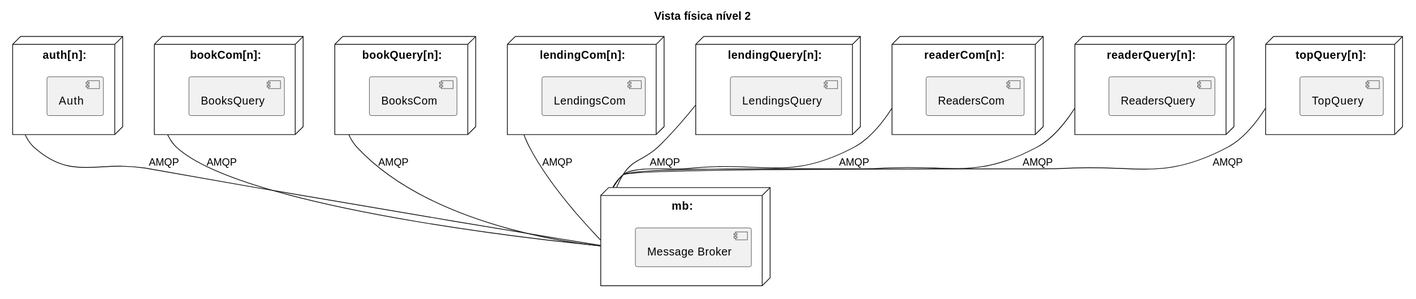
The PlantUML diagram Docs/Design/Entrega3/Vistas Físicas/Nível 2/Nivel2-Vista física nível 2.svg in GitHubCatarina/SIDIS, before a commit.
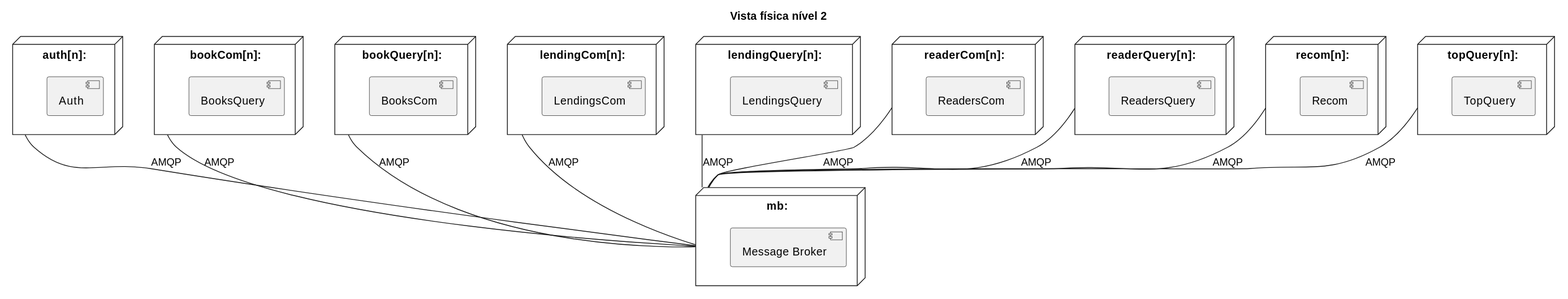
The same file after the commit.

The edit, as a diff of the source:
```diff
@@ -37,6 +37,10 @@
     [ReadersQuery]
 }
 
+node "recom[n]:" as recom {
+    [Recom]
+}
+
 node "topQuery[n]:" as top {
     [TopQuery]
 }
@@ -49,5 +53,6 @@
 lendingQuery -- messageBroker : AMQP
 readerCom -- messageBroker : AMQP
 readerQuery -- messageBroker : AMQP
+recom -- messageBroker : AMQP
 top -- messageBroker : AMQP
 @enduml
```
